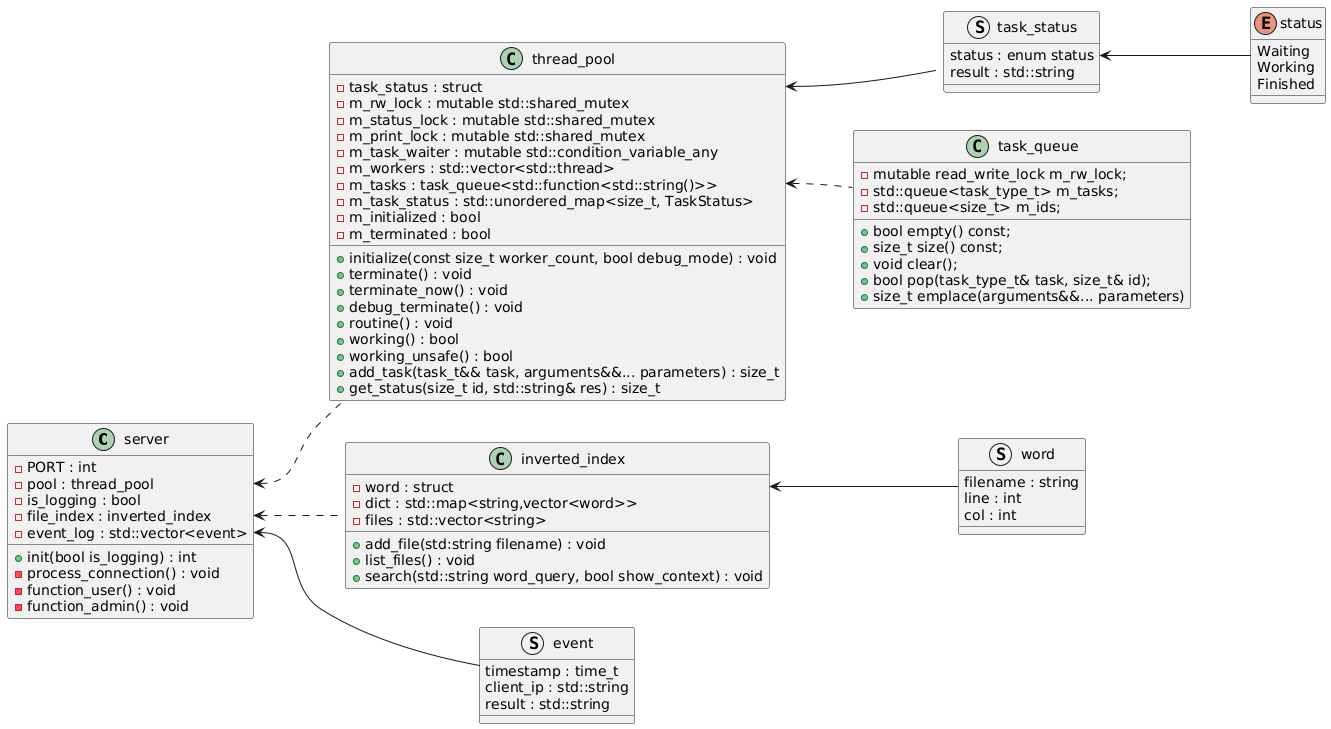
Earlier version of the PlantUML export UML/class.png (MarcyMuffins/kpi-parproc-coursework). The source it was exported from:
```plantuml
@startuml
left to right direction
class server{
     {field} -PORT : int
     {field} -pool : thread_pool
     {field} -is_logging : bool
     {field} -file_index : inverted_index
     {field} -event_log : std::vector<event>
     {method} +init(bool is_logging) : int
     {method} -process_connection() : void
     {method} -function_user() : void
     {method} -function_admin() : void
     {method}
}

struct event{
     {field} timestamp : time_t
     {field} client_ip : std::string
     {field} result : std::string
}

class thread_pool{
     {field} -task_status : struct
     {field} -m_rw_lock : mutable std::shared_mutex
     {field} -m_status_lock : mutable std::shared_mutex
     {field} -m_print_lock : mutable std::shared_mutex
     {field} -m_task_waiter : mutable std::condition_variable_any
     {field} -m_workers : std::vector<std::thread>
     {field} -m_tasks : task_queue<std::function<std::string()>>
     {field} -m_task_status : std::unordered_map<size_t, TaskStatus>
     {field} -m_initialized : bool
     {field} -m_terminated : bool

     {method} +initialize(const size_t worker_count, bool debug_mode) : void
     {method} +terminate() : void
     {method} +terminate_now() : void
     {method} +debug_terminate() : void
     {method} +routine() : void
     {method} +working() : bool
     {method} +working_unsafe() : bool
     {method} +add_task(task_t&& task, arguments&&... parameters) : size_t
     {method} +get_status(size_t id, std::string& res) : size_t
}

struct task_status{
     {field} status : enum status
     {field} result : std::string
}

enum status{
     Waiting
     Working
     Finished
}

class task_queue{
     {field} -mutable read_write_lock m_rw_lock;
     {field} -std::queue<task_type_t> m_tasks;
     {field} -std::queue<size_t> m_ids;

     {method} +bool empty() const;
     {method} +size_t size() const;
     {method} +void clear();
     {method} +bool pop(task_type_t& task, size_t& id);
     {method} +size_t emplace(arguments&&... parameters)
}

class inverted_index{
     {field} -word : struct
     {field} -dict : std::map<string,vector<word>>
     {field} -files : std::vector<string>
     {method} +add_file(std:string filename) : void
     {method} +list_files() : void
     {method} +search(std::string word_query, bool show_context) : void
}

struct word{
     {field} filename : string
     {field} line : int
     {field} col : int
}


server::pool <.. thread_pool
server::event_log <-- event
thread_pool::m_tasks <.. task_queue
thread_pool::task_status <-- task_status
task_status::status <-- status


server::file_index <.. inverted_index
inverted_index::word <-- word
@enduml
```
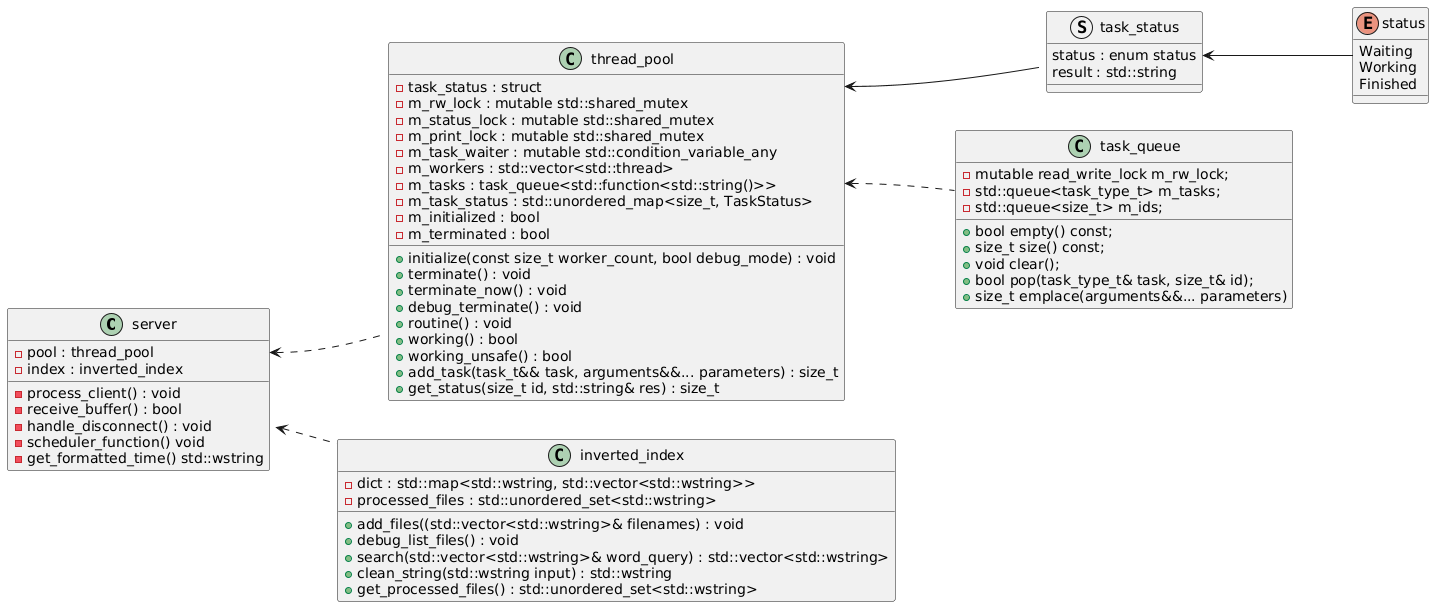
After the commit.

Commit message:
Updated UML diagrams to reflect code changes

What changed in the source:
```diff
@@ -1,22 +1,13 @@
 @startuml
 left to right direction
 class server{
-     {field} -PORT : int
      {field} -pool : thread_pool
-     {field} -is_logging : bool
-     {field} -file_index : inverted_index
-     {field} -event_log : std::vector<event>
-     {method} +init(bool is_logging) : int
-     {method} -process_connection() : void
-     {method} -function_user() : void
-     {method} -function_admin() : void
-     {method}
-}
-
-struct event{
-     {field} timestamp : time_t
-     {field} client_ip : std::string
-     {field} result : std::string
+     {field} -index : inverted_index
+     {method} -process_client() : void
+     {method} -receive_buffer() : bool
+     {method} -handle_disconnect() : void
+     {method} -scheduler_function() void
+     {method} -get_formatted_time() std::wstring
 }
 
 class thread_pool{
@@ -66,28 +57,18 @@
 }
 
 class inverted_index{
-     {field} -word : struct
-     {field} -dict : std::map<string,vector<word>>
-     {field} -files : std::vector<string>
-     {method} +add_file(std:string filename) : void
-     {method} +list_files() : void
-     {method} +search(std::string word_query, bool show_context) : void
+     {field} -dict : std::map<std::wstring, std::vector<std::wstring>>
+     {field} -processed_files : std::unordered_set<std::wstring>
+     {method} +add_files((std::vector<std::wstring>& filenames) : void
+     {method} +debug_list_files() : void
+     {method} +search(std::vector<std::wstring>& word_query) : std::vector<std::wstring>
+     {method} +clean_string(std::wstring input) : std::wstring
+     {method} +get_processed_files() : std::unordered_set<std::wstring>
 }
 
-struct word{
-     {field} filename : string
-     {field} line : int
-     {field} col : int
-}
-
-
 server::pool <.. thread_pool
-server::event_log <-- event
 thread_pool::m_tasks <.. task_queue
 thread_pool::task_status <-- task_status
 task_status::status <-- status
-
-
 server::file_index <.. inverted_index
-inverted_index::word <-- word
 @enduml
```
